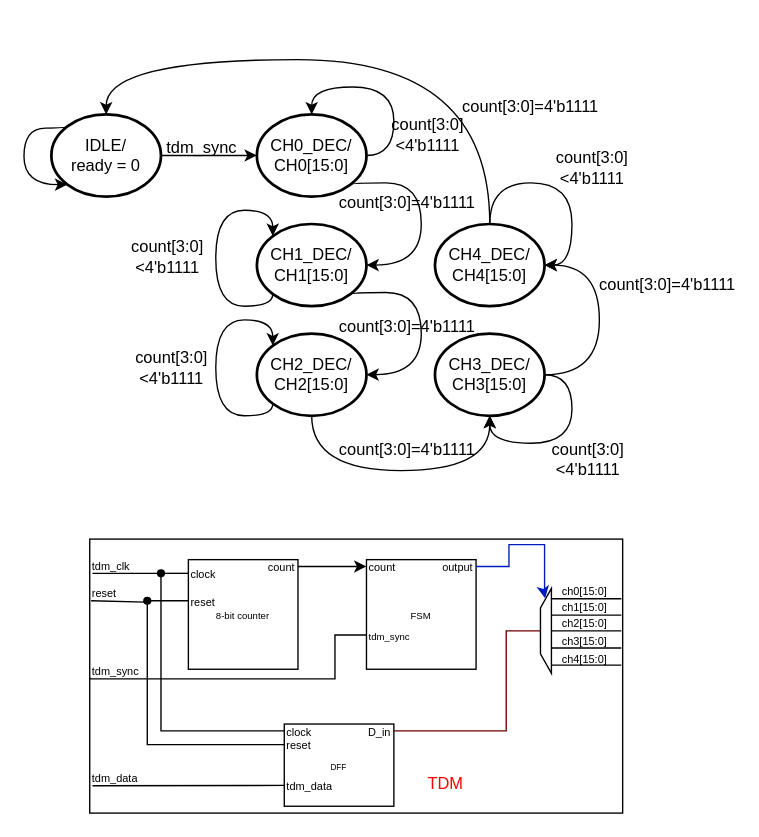
Before: TDM/TDM.drawio in YZchen3467/drawio, a draw.io diagram. Source tidied: cells renumbered, new cells numbered last; positions are measured from the earlier drawing's top-left corner, leaving out a move shared by most shapes. Both pictures are drawn from the tidied source at 137%, with x=0, y=0 at pixel (23, 59).
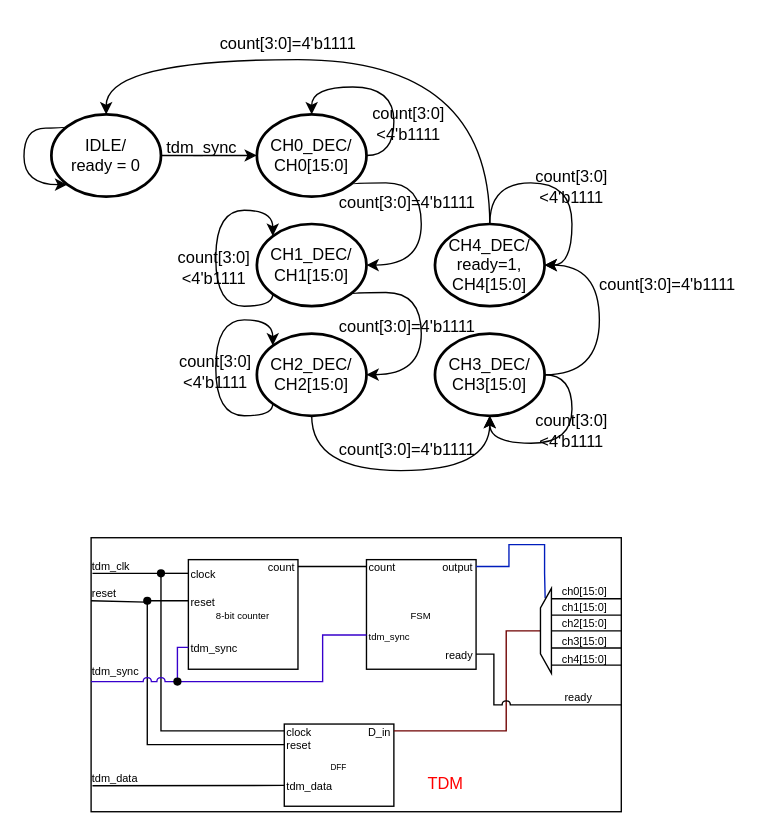
After the change.

The change refers to these unchanged cells:
```xml
<mxCell id="28" value="&lt;font style=&quot;font-size: 8px;&quot;&gt;count&lt;/font&gt;" style="text;html=1;strokeColor=none;fillColor=none;align=left;verticalAlign=middle;whiteSpace=wrap;rounded=0;" parent="1" vertex="1">
  <mxGeometry x="250" y="365" width="60" height="10" as="geometry" />
</mxCell>
<mxCell id="29" value="&lt;font style=&quot;font-size: 7px;&quot;&gt;tdm_sync&lt;/font&gt;" style="text;html=1;strokeColor=none;fillColor=none;align=left;verticalAlign=middle;whiteSpace=wrap;rounded=0;" parent="1" vertex="1">
  <mxGeometry x="250" y="415" width="60" height="10" as="geometry" />
</mxCell>
<mxCell id="31" value="&lt;font style=&quot;font-size: 8px;&quot;&gt;output&lt;/font&gt;" style="text;html=1;strokeColor=none;fillColor=none;align=right;verticalAlign=middle;whiteSpace=wrap;rounded=0;" parent="1" vertex="1">
  <mxGeometry x="270" y="365" width="60" height="10" as="geometry" />
</mxCell>
<mxCell id="37" value="&lt;span style=&quot;font-size: 8px;&quot;&gt;count&lt;/span&gt;" style="text;html=1;strokeColor=none;fillColor=none;align=right;verticalAlign=middle;whiteSpace=wrap;rounded=0;" parent="1" vertex="1">
  <mxGeometry x="140" y="365" width="60" height="10" as="geometry" />
</mxCell>
<mxCell id="38" value="&lt;font style=&quot;font-size: 8px;&quot;&gt;clock&lt;/font&gt;" style="text;html=1;strokeColor=none;fillColor=none;align=left;verticalAlign=middle;whiteSpace=wrap;rounded=0;" parent="1" vertex="1">
  <mxGeometry x="190" y="485" width="60" height="10" as="geometry" />
</mxCell>
<mxCell id="39" value="&lt;span style=&quot;font-size: 8px;&quot;&gt;reset&lt;/span&gt;" style="text;html=1;strokeColor=none;fillColor=none;align=left;verticalAlign=middle;whiteSpace=wrap;rounded=0;" parent="1" vertex="1">
  <mxGeometry x="190" y="495" width="60" height="10" as="geometry" />
</mxCell>
<mxCell id="45" value="&lt;span style=&quot;font-size: 8px;&quot;&gt;D_in&lt;/span&gt;" style="text;html=1;strokeColor=none;fillColor=none;align=right;verticalAlign=middle;whiteSpace=wrap;rounded=0;" parent="1" vertex="1">
  <mxGeometry x="210" y="485" width="60" height="10" as="geometry" />
</mxCell>
<mxCell id="52" value="&lt;span style=&quot;font-size: 8px;&quot;&gt;tdm_sync&lt;/span&gt;" style="text;html=1;strokeColor=none;fillColor=none;align=left;verticalAlign=middle;whiteSpace=wrap;rounded=0;" parent="1" vertex="1">
  <mxGeometry x="48" y="441" width="60" height="10" as="geometry" />
</mxCell>
<mxCell id="59" style="shape=waypoint;sketch=0;fillStyle=solid;size=6;points=[];fillColor=none;perimeter=centerPerimeter;snapToPoint=1;" parent="1" vertex="1">
  <mxGeometry x="90" y="365" width="20" height="20" as="geometry" />
</mxCell>
<mxCell id="62" style="shape=waypoint;sketch=0;fillStyle=solid;size=6;points=[];fillColor=none;perimeter=centerPerimeter;snapToPoint=1;" parent="1" vertex="1">
  <mxGeometry x="80" y="385" width="20" height="20" as="geometry" />
</mxCell>
<mxCell id="68" style="verticalLabelPosition=middle;verticalAlign=middle;html=1;shape=trapezoid;perimeter=trapezoidPerimeter;whiteSpace=wrap;size=0.23;arcSize=10;flipV=1;labelPosition=center;align=center;rotation=90;points=[[0,0,0,0,0],[0,0.25,0,0,0],[0,0.5,0,0,0],[0,0.75,0,0,0],[0,1,0,0,0],[0.25,0,0,0,0],[0.25,1,0,0,0],[0.48,0,0,0,-19],[0.5,0,0,0,0],[0.5,1,0,0,0],[0.75,0,0,0,0],[0.75,1,0,0,0],[1,0,0,0,0],[1,0.25,0,0,0],[1,0.33,0,0,0],[1,0.5,0,0,0],[1,0.67,0,0,0],[1,0.75,0,0,0],[1,1,0,0,0]];" parent="1" vertex="1">
  <mxGeometry x="350" y="413" width="62" height="8" as="geometry" />
</mxCell>
```

Change to the diagram source:
```diff
@@
-    <mxCell id="5" value="CH4_DEC/&lt;br&gt;CH4[15:0]" style="strokeWidth=2;html=1;shape=mxgraph.flowchart.start_2;whiteSpace=wrap;" parent="1" vertex="1">
+    <mxCell id="5" value="CH4_DEC/&lt;br&gt;ready=1,&lt;br&gt;CH4[15:0]" style="strokeWidth=2;html=1;shape=mxgraph.flowchart.start_2;whiteSpace=wrap;" parent="1" vertex="1">
       <mxGeometry x="300" y="120" width="80" height="60" as="geometry" />
     </mxCell>
@@
     <mxCell id="20" value="count[3:0]=4'b1111" style="text;html=1;strokeColor=none;fillColor=none;align=center;verticalAlign=middle;whiteSpace=wrap;rounded=0;" parent="1" vertex="1">
-      <mxGeometry x="340" y="20" width="60" height="30" as="geometry" />
+      <mxGeometry x="163" y="-26" width="60" height="30" as="geometry" />
     </mxCell>
@@
     <mxCell id="26" style="rounded=0;whiteSpace=wrap;html=1;" parent="1" vertex="1">
-      <mxGeometry x="48" y="350" width="389" height="200" as="geometry" />
+      <mxGeometry x="49" y="349" width="387" height="200" as="geometry" />
     </mxCell>
@@
-    <mxCell id="30" style="edgeStyle=orthogonalEdgeStyle;rounded=0;jettySize=auto;html=1;exitX=1;exitY=0.5;exitDx=0;exitDy=0;fillColor=#0050ef;strokeColor=#001DBC;entryX=0.116;entryY=0.427;entryDx=0;entryDy=0;entryPerimeter=0;" parent="1" edge="1" source="31" target="68">
+    <mxCell id="30" style="edgeStyle=orthogonalEdgeStyle;rounded=0;jettySize=auto;html=1;exitX=1;exitY=0.5;exitDx=0;exitDy=0;fillColor=#0050ef;strokeColor=#001DBC;entryX=0.116;entryY=0.427;entryDx=0;entryDy=0;entryPerimeter=0;endArrow=none;endFill=0;" parent="1" edge="1" source="31" target="68">
       <mxGeometry relative="1" as="geometry">
         <Array as="points">
           <mxPoint x="354" y="370" />
           <mxPoint x="354" y="354" />
           <mxPoint x="380" y="354" />
-          <mxPoint x="380" y="391" />
-          <mxPoint x="380" y="391" />
+          <mxPoint x="380" y="375" />
+          <mxPoint x="380" y="375" />
         </Array>
       </mxGeometry>
     </mxCell>
@@
-    <mxCell id="36" style="edgeStyle=orthogonalEdgeStyle;rounded=0;jettySize=auto;html=1;entryX=0;entryY=0.5;entryDx=0;entryDy=0;" parent="1" edge="1" source="37" target="28">
+    <mxCell id="36" style="edgeStyle=orthogonalEdgeStyle;rounded=0;jettySize=auto;html=1;entryX=0;entryY=0.5;entryDx=0;entryDy=0;endArrow=none;endFill=0;" parent="1" edge="1" source="37" target="28">
       <mxGeometry relative="1" as="geometry" />
     </mxCell>
@@
-    <mxCell id="44" style="edgeStyle=orthogonalEdgeStyle;rounded=0;jettySize=auto;html=1;exitX=1;exitY=0.5;exitDx=0;exitDy=0;entryX=0.5;entryY=1;entryDx=0;entryDy=0;fillColor=#a20025;strokeColor=#6F0000;endArrow=none;endFill=0;" parent="1" edge="1" source="45" target="68">
+    <mxCell id="44" style="edgeStyle=orthogonalEdgeStyle;rounded=0;jettySize=auto;html=1;exitX=1;exitY=0.5;exitDx=0;exitDy=0;entryX=0.5;entryY=1;entryDx=0;entryDy=0;fillColor=#a20025;strokeColor=#6F0000;endArrow=none;endFill=0;jumpStyle=arc;" parent="1" edge="1" source="45" target="68">
       <mxGeometry relative="1" as="geometry">
         <Array as="points">
           <mxPoint x="352" y="490" />
           <mxPoint x="352" y="417" />
         </Array>
       </mxGeometry>
     </mxCell>
@@
-    <mxCell id="51" style="edgeStyle=orthogonalEdgeStyle;rounded=0;jettySize=auto;html=1;exitX=0;exitY=1;exitDx=0;exitDy=0;entryX=0;entryY=0.5;entryDx=0;entryDy=0;endArrow=none;endFill=0;" parent="1" edge="1" source="52" target="29">
-      <mxGeometry relative="1" as="geometry">
-        <Array as="points">
-          <mxPoint x="227" y="452" />
-          <mxPoint x="227" y="420" />
-        </Array>
-      </mxGeometry>
-    </mxCell>
@@
-    <mxCell id="58" style="edgeStyle=orthogonalEdgeStyle;rounded=0;jettySize=auto;html=1;entryX=0;entryY=0.5;entryDx=0;entryDy=0;endArrow=none;endFill=0;" parent="1" edge="1" source="59" target="38">
+    <mxCell id="58" style="edgeStyle=orthogonalEdgeStyle;rounded=0;jettySize=auto;html=1;entryX=0;entryY=0.5;entryDx=0;entryDy=0;endArrow=none;endFill=0;jumpStyle=arc;" parent="1" edge="1" source="59" target="38">
       <mxGeometry relative="1" as="geometry">
         <Array as="points">
           <mxPoint x="100" y="490" />
         </Array>
       </mxGeometry>
     </mxCell>
@@
-    <mxCell id="61" style="edgeStyle=orthogonalEdgeStyle;rounded=0;jettySize=auto;html=1;entryX=0;entryY=0.5;entryDx=0;entryDy=0;endArrow=none;endFill=0;" parent="1" edge="1" source="62" target="39">
+    <mxCell id="61" style="edgeStyle=orthogonalEdgeStyle;rounded=0;jettySize=auto;html=1;entryX=0;entryY=0.5;entryDx=0;entryDy=0;endArrow=none;endFill=0;jumpStyle=arc;" parent="1" edge="1" source="62" target="39">
       <mxGeometry relative="1" as="geometry">
         <Array as="points">
           <mxPoint x="90" y="500" />
         </Array>
       </mxGeometry>
     </mxCell>
@@
     <mxCell id="70" value="count[3:0]&amp;lt;4'b1111" style="text;html=1;strokeColor=none;fillColor=none;align=center;verticalAlign=middle;whiteSpace=wrap;rounded=0;" parent="1" vertex="1">
-      <mxGeometry x="265" y="40" width="60" height="30" as="geometry" />
+      <mxGeometry x="251" y="32" width="60" height="30" as="geometry" />
     </mxCell>
     <mxCell id="71" value="count[3:0]&amp;lt;4'b1111" style="text;html=1;strokeColor=none;fillColor=none;align=center;verticalAlign=middle;whiteSpace=wrap;rounded=0;" parent="1" vertex="1">
-      <mxGeometry x="75" y="129" width="60" height="30" as="geometry" />
+      <mxGeometry x="109" y="137" width="60" height="30" as="geometry" />
     </mxCell>
     <mxCell id="72" value="count[3:0]&amp;lt;4'b1111" style="text;html=1;strokeColor=none;fillColor=none;align=center;verticalAlign=middle;whiteSpace=wrap;rounded=0;" parent="1" vertex="1">
-      <mxGeometry x="78" y="210" width="60" height="30" as="geometry" />
+      <mxGeometry x="110" y="213" width="60" height="30" as="geometry" />
     </mxCell>
     <mxCell id="73" value="count[3:0]&amp;lt;4'b1111" style="text;html=1;strokeColor=none;fillColor=none;align=center;verticalAlign=middle;whiteSpace=wrap;rounded=0;" parent="1" vertex="1">
-      <mxGeometry x="382" y="277" width="60" height="30" as="geometry" />
+      <mxGeometry x="370" y="256" width="60" height="30" as="geometry" />
     </mxCell>
     <mxCell id="74" value="count[3:0]&amp;lt;4'b1111" style="text;html=1;strokeColor=none;fillColor=none;align=center;verticalAlign=middle;whiteSpace=wrap;rounded=0;" parent="1" vertex="1">
-      <mxGeometry x="385" y="64" width="60" height="30" as="geometry" />
+      <mxGeometry x="370" y="78" width="60" height="30" as="geometry" />
     </mxCell>
+    <mxCell id="75" style="edgeStyle=orthogonalEdgeStyle;rounded=0;jettySize=auto;html=1;exitX=1;exitY=0.5;exitDx=0;exitDy=0;endArrow=none;endFill=0;jumpStyle=arc;" parent="1" edge="1" source="76">
+      <mxGeometry relative="1" as="geometry">
+        <mxPoint x="436" y="471" as="targetPoint" />
+        <Array as="points">
+          <mxPoint x="343" y="434" />
+          <mxPoint x="343" y="471" />
+        </Array>
+      </mxGeometry>
+    </mxCell>
+    <mxCell id="76" value="&lt;span style=&quot;font-size: 8px;&quot;&gt;ready&lt;/span&gt;" style="text;html=1;strokeColor=none;fillColor=none;align=right;verticalAlign=middle;whiteSpace=wrap;rounded=0;" parent="1" vertex="1">
+      <mxGeometry x="270" y="429" width="60" height="10" as="geometry" />
+    </mxCell>
+    <mxCell id="77" value="&lt;span style=&quot;font-size: 8px;&quot;&gt;ready&lt;/span&gt;" style="text;html=1;strokeColor=none;fillColor=none;align=left;verticalAlign=middle;whiteSpace=wrap;rounded=0;" parent="1" vertex="1">
+      <mxGeometry x="393" y="460" width="60" height="10" as="geometry" />
+    </mxCell>
+    <mxCell id="78" value="&lt;span style=&quot;font-size: 8px;&quot;&gt;tdm_sync&lt;/span&gt;" style="text;html=1;strokeColor=none;fillColor=none;align=left;verticalAlign=middle;whiteSpace=wrap;rounded=0;" parent="1" vertex="1">
+      <mxGeometry x="120" y="424" width="60" height="10" as="geometry" />
+    </mxCell>
+    <mxCell id="79" style="edgeStyle=orthogonalEdgeStyle;rounded=0;jettySize=auto;html=1;exitX=0;exitY=0.5;exitDx=0;exitDy=0;endArrow=none;endFill=0;fillColor=#6a00ff;strokeColor=#3700CC;" parent="1" edge="1" source="78" target="82">
+      <mxGeometry relative="1" as="geometry" />
+    </mxCell>
+    <mxCell id="80" style="edgeStyle=orthogonalEdgeStyle;rounded=0;jettySize=auto;html=1;endArrow=none;endFill=0;fillColor=#6a00ff;strokeColor=#3700CC;jumpStyle=arc;" parent="1" edge="1" source="82">
+      <mxGeometry relative="1" as="geometry">
+        <mxPoint x="49" y="454" as="targetPoint" />
+      </mxGeometry>
+    </mxCell>
+    <mxCell id="81" style="edgeStyle=orthogonalEdgeStyle;rounded=0;jettySize=auto;html=1;entryX=0;entryY=0.5;entryDx=0;entryDy=0;fillColor=#6a00ff;strokeColor=#3700CC;endArrow=none;endFill=0;" parent="1" edge="1" source="82" target="29">
+      <mxGeometry relative="1" as="geometry">
+        <Array as="points">
+          <mxPoint x="218" y="454" />
+          <mxPoint x="218" y="420" />
+        </Array>
+      </mxGeometry>
+    </mxCell>
+    <mxCell id="82" style="shape=waypoint;sketch=0;fillStyle=solid;size=6;points=[];fillColor=none;perimeter=centerPerimeter;snapToPoint=1;" parent="1" vertex="1">
+      <mxGeometry x="102" y="444" width="20" height="20" as="geometry" />
+    </mxCell>
```
